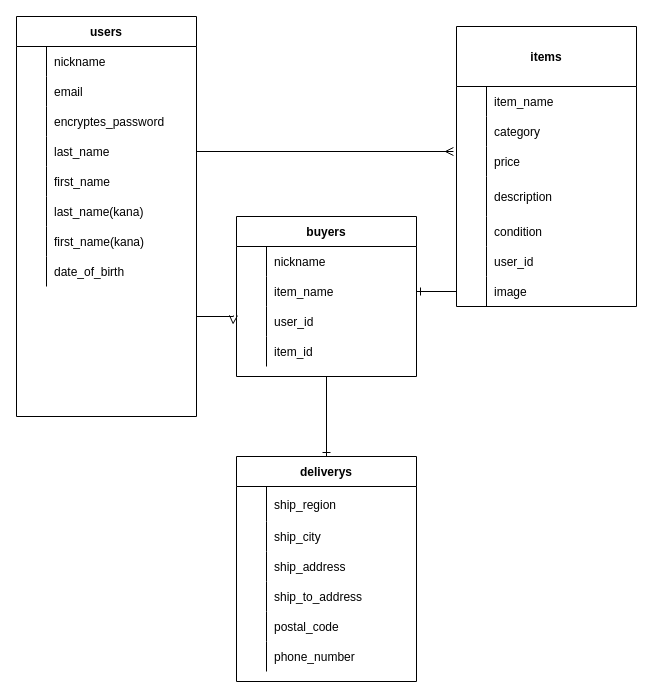
Above: app/assets/images/test.dio in motuko61/furima-35954 (draw.io), before the change. Source tidied: cells renumbered, new cells numbered last; positions are measured from the earlier drawing's top-left corner, leaving out a move shared by most shapes. Both pictures are drawn from the tidied source at 100%, with x=0, y=0 at pixel (16, 16).
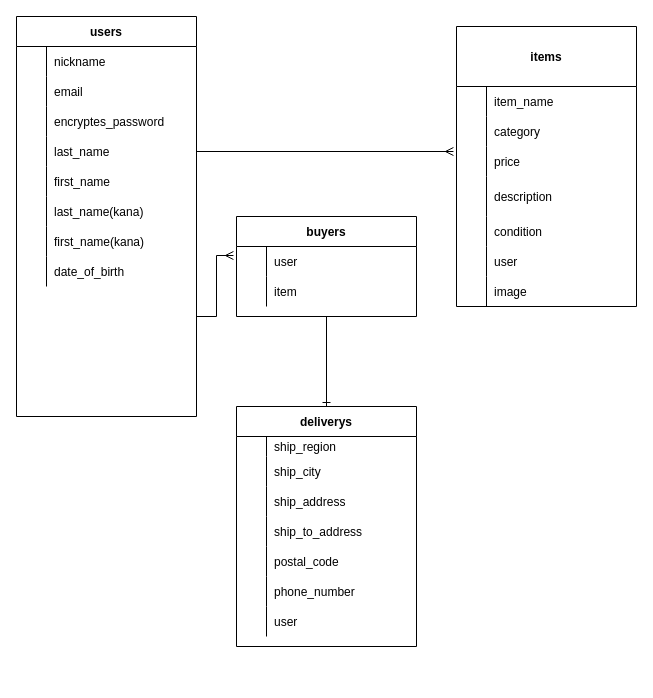
The same page after the edit.

The change refers to these unchanged cells:
```xml
<mxCell id="38" style="shape=partialRectangle;fillColor=none;top=0;left=0;bottom=0;right=0;" parent="22" vertex="1">
  <mxGeometry y="220" width="180" height="30" as="geometry" />
</mxCell>
<mxCell id="41" style="shape=partialRectangle;fillColor=none;top=0;left=0;bottom=0;right=0;points=[[0,0.5],[1,0.5]];portConstraint=eastwest;" parent="22" vertex="1">
  <mxGeometry y="250" width="180" height="30" as="geometry" />
</mxCell>
```

What changed in the source:
```diff
@@
     <mxCell id="2" value="deliverys" style="shape=table;startSize=30;childLayout=tableLayout;rowLines=0;fontStyle=1;align=center;" parent="1" vertex="1">
-      <mxGeometry x="220" y="440" width="180" height="225" as="geometry" />
+      <mxGeometry x="220" y="390" width="180" height="240" as="geometry" />
     </mxCell>
     <mxCell id="3" style="shape=partialRectangle;fillColor=none;top=0;left=0;bottom=0;right=0;" parent="2" vertex="1">
-      <mxGeometry y="30" width="180" height="35" as="geometry" />
+      <mxGeometry y="30" width="180" height="20" as="geometry" />
     </mxCell>
     <mxCell id="4" style="shape=partialRectangle;fillColor=none;top=0;left=0;bottom=0;right=0;overflow=hidden;" parent="3" vertex="1">
-      <mxGeometry width="30" height="35" as="geometry" />
+      <mxGeometry width="30" height="20" as="geometry" />
     </mxCell>
     <mxCell id="5" value="ship_region" style="shape=partialRectangle;fillColor=none;top=0;left=0;bottom=0;right=0;align=left;spacingLeft=6;overflow=hidden;" parent="3" vertex="1">
-      <mxGeometry x="30" width="150" height="35" as="geometry" />
+      <mxGeometry x="30" width="150" height="20" as="geometry" />
     </mxCell>
     <mxCell id="6" style="shape=partialRectangle;fillColor=none;top=0;left=0;bottom=0;right=0;" parent="2" vertex="1">
-      <mxGeometry y="65" width="180" height="30" as="geometry" />
+      <mxGeometry y="50" width="180" height="30" as="geometry" />
     </mxCell>
@@
     <mxCell id="9" style="shape=partialRectangle;fillColor=none;top=0;left=0;bottom=0;right=0;" parent="2" vertex="1">
-      <mxGeometry y="95" width="180" height="30" as="geometry" />
+      <mxGeometry y="80" width="180" height="30" as="geometry" />
     </mxCell>
@@
     <mxCell id="12" style="shape=partialRectangle;fillColor=none;top=0;left=0;bottom=0;right=0;" parent="2" vertex="1">
-      <mxGeometry y="125" width="180" height="30" as="geometry" />
+      <mxGeometry y="110" width="180" height="30" as="geometry" />
     </mxCell>
@@
     <mxCell id="15" style="shape=partialRectangle;fillColor=none;top=0;left=0;bottom=0;right=0;" parent="2" vertex="1">
-      <mxGeometry y="155" width="180" height="30" as="geometry" />
+      <mxGeometry y="140" width="180" height="30" as="geometry" />
     </mxCell>
@@
     <mxCell id="18" style="shape=partialRectangle;fillColor=none;top=0;left=0;bottom=0;right=0;" parent="2" vertex="1">
-      <mxGeometry y="185" width="180" height="30" as="geometry" />
+      <mxGeometry y="170" width="180" height="30" as="geometry" />
     </mxCell>
@@
+    <mxCell id="87" style="shape=partialRectangle;fillColor=none;top=0;left=0;bottom=0;right=0;" parent="2" vertex="1">
+      <mxGeometry y="200" width="180" height="30" as="geometry" />
+    </mxCell>
+    <mxCell id="88" style="shape=partialRectangle;fillColor=none;top=0;left=0;bottom=0;right=0;overflow=hidden;" parent="87" vertex="1">
+      <mxGeometry width="30" height="30" as="geometry" />
+    </mxCell>
+    <mxCell id="89" value="user" style="shape=partialRectangle;fillColor=none;top=0;left=0;bottom=0;right=0;align=left;spacingLeft=6;overflow=hidden;" parent="87" vertex="1">
+      <mxGeometry x="30" width="150" height="30" as="geometry" />
+    </mxCell>
@@
-    <mxCell id="40" value="user_id" style="shape=partialRectangle;fillColor=none;top=0;left=0;bottom=0;right=0;align=left;spacingLeft=6;overflow=hidden;" parent="38" vertex="1">
+    <mxCell id="40" value="user" style="shape=partialRectangle;fillColor=none;top=0;left=0;bottom=0;right=0;align=left;spacingLeft=6;overflow=hidden;" parent="38" vertex="1">
       <mxGeometry x="30" width="150" height="30" as="geometry" />
     </mxCell>
@@
     <mxCell id="45" value="buyers" style="shape=table;startSize=30;childLayout=tableLayout;rowLines=0;fontStyle=1;align=center;" parent="1" vertex="1">
-      <mxGeometry x="220" y="200" width="180" height="160" as="geometry" />
+      <mxGeometry x="220" y="200" width="180" height="100" as="geometry" />
     </mxCell>
-    <mxCell id="46" style="shape=partialRectangle;fillColor=none;top=0;left=0;bottom=0;right=0;points=[[0,0.5],[1,0.5]];portConstraint=eastwest;" parent="45" vertex="1">
-      <mxGeometry y="30" width="180" height="30" as="geometry" />
-    </mxCell>
-    <mxCell id="47" style="shape=partialRectangle;fillColor=none;top=0;left=0;bottom=0;right=0;overflow=hidden;" parent="46" vertex="1">
-      <mxGeometry width="30" height="30" as="geometry" />
-    </mxCell>
-    <mxCell id="48" value="nickname" style="shape=partialRectangle;fillColor=none;top=0;left=0;bottom=0;right=0;align=left;spacingLeft=6;overflow=hidden;" parent="46" vertex="1">
-      <mxGeometry x="30" width="150" height="30" as="geometry" />
-    </mxCell>
-    <mxCell id="49" style="shape=partialRectangle;fillColor=none;top=0;left=0;bottom=0;right=0;points=[[0,0.5],[1,0.5]];portConstraint=eastwest;" parent="45" vertex="1">
-      <mxGeometry y="60" width="180" height="30" as="geometry" />
-    </mxCell>
-    <mxCell id="50" style="shape=partialRectangle;fillColor=none;top=0;left=0;bottom=0;right=0;overflow=hidden;" parent="49" vertex="1">
-      <mxGeometry width="30" height="30" as="geometry" />
-    </mxCell>
-    <mxCell id="51" value="item_name" style="shape=partialRectangle;fillColor=none;top=0;left=0;bottom=0;right=0;align=left;spacingLeft=6;overflow=hidden;" parent="49" vertex="1">
-      <mxGeometry x="30" width="150" height="30" as="geometry" />
-    </mxCell>
     <mxCell id="52" style="shape=partialRectangle;fillColor=none;top=0;left=0;bottom=0;right=0;points=[[0,0.5],[1,0.5]];portConstraint=eastwest;" parent="45" vertex="1">
-      <mxGeometry y="90" width="180" height="30" as="geometry" />
+      <mxGeometry y="30" width="180" height="30" as="geometry" />
     </mxCell>
@@
-    <mxCell id="54" value="user_id" style="shape=partialRectangle;fillColor=none;top=0;left=0;bottom=0;right=0;align=left;spacingLeft=6;overflow=hidden;" parent="52" vertex="1">
+    <mxCell id="54" value="user" style="shape=partialRectangle;fillColor=none;top=0;left=0;bottom=0;right=0;align=left;spacingLeft=6;overflow=hidden;" parent="52" vertex="1">
       <mxGeometry x="30" width="150" height="30" as="geometry" />
     </mxCell>
     <mxCell id="55" style="shape=partialRectangle;fillColor=none;top=0;left=0;bottom=0;right=0;" parent="45" vertex="1">
-      <mxGeometry y="120" width="180" height="30" as="geometry" />
+      <mxGeometry y="60" width="180" height="30" as="geometry" />
     </mxCell>
@@
-    <mxCell id="57" value="item_id" style="shape=partialRectangle;fillColor=none;top=0;left=0;bottom=0;right=0;align=left;spacingLeft=6;overflow=hidden;" parent="55" vertex="1">
+    <mxCell id="57" value="item" style="shape=partialRectangle;fillColor=none;top=0;left=0;bottom=0;right=0;align=left;spacingLeft=6;overflow=hidden;" parent="55" vertex="1">
       <mxGeometry x="30" width="150" height="30" as="geometry" />
     </mxCell>
@@
-    <mxCell id="84" style="edgeStyle=orthogonalEdgeStyle;rounded=0;jettySize=auto;html=1;exitX=1;exitY=0.5;exitDx=0;exitDy=0;endArrow=ERmany;endFill=0;" parent="1" edge="1" target="46">
+    <mxCell id="84" style="edgeStyle=orthogonalEdgeStyle;rounded=0;orthogonalLoop=1;jettySize=auto;html=1;exitX=1;exitY=0.5;exitDx=0;exitDy=0;endArrow=ERmany;endFill=0;" parent="1" edge="1">
       <mxGeometry relative="1" as="geometry" />
     </mxCell>
@@
-    <mxCell id="86" style="edgeStyle=orthogonalEdgeStyle;rounded=0;jettySize=auto;html=1;exitX=0;exitY=0.5;exitDx=0;exitDy=0;entryX=1;entryY=0.5;entryDx=0;entryDy=0;endArrow=ERone;endFill=0;" parent="1" edge="1" source="41" target="49">
+    <mxCell id="86" style="edgeStyle=orthogonalEdgeStyle;rounded=0;jettySize=auto;html=1;exitX=0;exitY=0.5;exitDx=0;exitDy=0;entryX=1;entryY=0.5;entryDx=0;entryDy=0;endArrow=ERone;endFill=0;" parent="1" edge="1" source="41">
       <mxGeometry relative="1" as="geometry" />
     </mxCell>
```
